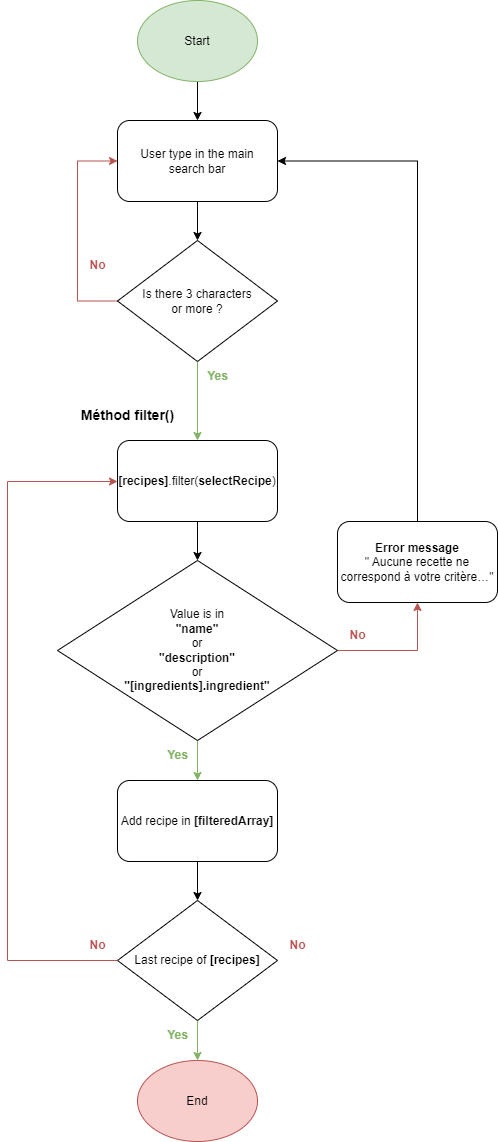
Above: Algorigramme filter method.png in LoicFmi/LoicFayemi_7_28102022 (draw.io), before the change. Source tidied: cells renumbered, new cells last; positions are measured from the earlier drawing's top-left corner, leaving out a move shared by most shapes. Source of this version:
```xml
<mxGraphModel background="#FFFFFF">
  <root>
    <mxCell id="0" />
    <mxCell id="1" parent="0" />
    <mxCell id="2" style="edgeStyle=orthogonalEdgeStyle;rounded=0;jettySize=auto;html=1;entryX=0;entryY=0.5;entryDx=0;entryDy=0;fillColor=#f8cecc;strokeColor=#b85450;" parent="1" edge="1" source="4" target="6">
      <mxGeometry relative="1" as="geometry">
        <Array as="points">
          <mxPoint x="70" y="300" />
          <mxPoint x="70" y="160" />
        </Array>
      </mxGeometry>
    </mxCell>
    <mxCell id="3" style="edgeStyle=orthogonalEdgeStyle;rounded=0;jettySize=auto;html=1;exitX=0.5;exitY=1;exitDx=0;exitDy=0;fillColor=#d5e8d4;strokeColor=#82b366;entryX=0.5;entryY=0;entryDx=0;entryDy=0;" parent="1" edge="1" source="4" target="23">
      <mxGeometry relative="1" as="geometry" />
    </mxCell>
    <mxCell id="4" value="Is there 3 characters&lt;br&gt;or more ?" style="rhombus;whiteSpace=wrap;html=1;" parent="1" vertex="1">
      <mxGeometry x="110" y="240" width="160" height="121" as="geometry" />
    </mxCell>
    <mxCell id="5" style="edgeStyle=orthogonalEdgeStyle;rounded=0;jettySize=auto;html=1;fontSize=12;" parent="1" edge="1" source="6" target="4">
      <mxGeometry relative="1" as="geometry" />
    </mxCell>
    <mxCell id="6" value="User type&amp;nbsp;in the main &lt;br&gt;search bar" style="rounded=1;whiteSpace=wrap;html=1;fontSize=12;" parent="1" vertex="1">
      <mxGeometry x="110" y="120" width="160" height="81" as="geometry" />
    </mxCell>
    <mxCell id="7" value="&lt;b&gt;Yes&lt;/b&gt;" style="text;html=1;align=center;verticalAlign=middle;strokeColor=none;fillColor=none;fontSize=12;fontColor=#82B366;" parent="1" vertex="1">
      <mxGeometry x="190" y="361" width="40" height="30" as="geometry" />
    </mxCell>
    <mxCell id="8" value="&lt;b&gt;No&lt;/b&gt;" style="text;html=1;align=center;verticalAlign=middle;strokeColor=none;fillColor=none;fontSize=12;fontColor=#B85450;" parent="1" vertex="1">
      <mxGeometry x="70" y="250" width="40" height="30" as="geometry" />
    </mxCell>
    <mxCell id="9" style="edgeStyle=orthogonalEdgeStyle;rounded=0;jettySize=auto;html=1;entryX=0.5;entryY=0;entryDx=0;entryDy=0;" parent="1" edge="1" source="10" target="6">
      <mxGeometry relative="1" as="geometry" />
    </mxCell>
    <mxCell id="10" value="&lt;font style=&quot;font-size: 12px;&quot;&gt;Start&lt;/font&gt;" style="ellipse;whiteSpace=wrap;html=1;rounded=0;fillColor=#d5e8d4;strokeColor=#82b366;" parent="1" vertex="1">
      <mxGeometry x="130" width="120" height="81" as="geometry" />
    </mxCell>
    <mxCell id="11" value="&lt;b&gt;&lt;font style=&quot;font-size: 14px;&quot;&gt;Méthod filter()&lt;/font&gt;&lt;/b&gt;" style="text;html=1;align=center;verticalAlign=middle;strokeColor=none;fillColor=none;" parent="1" vertex="1">
      <mxGeometry x="60" y="400" width="120" height="30" as="geometry" />
    </mxCell>
    <mxCell id="12" style="edgeStyle=orthogonalEdgeStyle;rounded=0;jettySize=auto;html=1;entryX=0.5;entryY=0;entryDx=0;entryDy=0;fillColor=#d5e8d4;strokeColor=#82b366;" parent="1" edge="1" source="14" target="16">
      <mxGeometry relative="1" as="geometry" />
    </mxCell>
    <mxCell id="13" style="edgeStyle=orthogonalEdgeStyle;rounded=0;jettySize=auto;html=1;exitX=1;exitY=0.5;exitDx=0;exitDy=0;strokeColor=#B85450;entryX=0.5;entryY=1;entryDx=0;entryDy=0;" parent="1" edge="1" source="14" target="28">
      <mxGeometry relative="1" as="geometry" />
    </mxCell>
    <mxCell id="14" value="Value is in &lt;br&gt;&lt;b&gt;&quot;name&quot;&lt;br&gt;&lt;/b&gt;or&lt;br&gt;&lt;b&gt;&quot;description&quot;&lt;/b&gt;&lt;br&gt;or&lt;br&gt;&lt;b&gt;&quot;[ingredients].ingredient&quot;&lt;/b&gt;" style="rhombus;whiteSpace=wrap;html=1;" parent="1" vertex="1">
      <mxGeometry x="50" y="560" width="280" height="180" as="geometry" />
    </mxCell>
    <mxCell id="15" style="edgeStyle=orthogonalEdgeStyle;rounded=0;jettySize=auto;html=1;entryX=0.5;entryY=0;entryDx=0;entryDy=0;strokeColor=#000000;fontSize=14;fontColor=#82B366;" parent="1" edge="1" source="16" target="18">
      <mxGeometry relative="1" as="geometry" />
    </mxCell>
    <mxCell id="16" value="Add recipe in &lt;b&gt;[filteredArray]&lt;/b&gt;" style="rounded=1;whiteSpace=wrap;html=1;fontSize=12;" parent="1" vertex="1">
      <mxGeometry x="110" y="780" width="160" height="81" as="geometry" />
    </mxCell>
    <mxCell id="17" style="edgeStyle=orthogonalEdgeStyle;rounded=0;jettySize=auto;html=1;exitX=0.5;exitY=1;exitDx=0;exitDy=0;entryX=0.5;entryY=0;entryDx=0;entryDy=0;fillColor=#d5e8d4;strokeColor=#82b366;" parent="1" edge="1" source="18" target="19">
      <mxGeometry relative="1" as="geometry" />
    </mxCell>
    <mxCell id="18" value="Last recipe of &lt;b&gt;[recipes]&lt;/b&gt;" style="rhombus;whiteSpace=wrap;html=1;" parent="1" vertex="1">
      <mxGeometry x="110" y="900" width="160" height="120" as="geometry" />
    </mxCell>
    <mxCell id="19" value="&lt;font style=&quot;font-size: 12px;&quot;&gt;End&lt;/font&gt;" style="ellipse;whiteSpace=wrap;html=1;rounded=0;fillColor=#f8cecc;strokeColor=#b85450;" parent="1" vertex="1">
      <mxGeometry x="130" y="1060" width="120" height="81" as="geometry" />
    </mxCell>
    <mxCell id="20" value="&lt;b&gt;No&lt;/b&gt;" style="text;html=1;align=center;verticalAlign=middle;strokeColor=none;fillColor=none;fontSize=12;fontColor=#B85450;" parent="1" vertex="1">
      <mxGeometry x="70" y="930" width="40" height="30" as="geometry" />
    </mxCell>
    <mxCell id="21" value="&lt;b&gt;&lt;font color=&quot;#82b366&quot;&gt;Yes&lt;/font&gt;&lt;/b&gt;" style="text;html=1;align=center;verticalAlign=middle;strokeColor=none;fillColor=none;fontSize=12;" parent="1" vertex="1">
      <mxGeometry x="150" y="740" width="40" height="30" as="geometry" />
    </mxCell>
    <mxCell id="22" style="edgeStyle=orthogonalEdgeStyle;rounded=0;jettySize=auto;html=1;exitX=0.5;exitY=1;exitDx=0;exitDy=0;entryX=0.5;entryY=0;entryDx=0;entryDy=0;" parent="1" edge="1" source="23" target="14">
      <mxGeometry relative="1" as="geometry" />
    </mxCell>
    <mxCell id="23" value="&lt;b&gt;[recipes]&lt;/b&gt;.filter(&lt;b&gt;selectRecipe&lt;/b&gt;)" style="rounded=1;whiteSpace=wrap;html=1;fontSize=12;" parent="1" vertex="1">
      <mxGeometry x="110" y="440" width="160" height="81" as="geometry" />
    </mxCell>
    <mxCell id="24" style="edgeStyle=orthogonalEdgeStyle;rounded=0;orthogonalLoop=1;jettySize=auto;html=1;fillColor=#f8cecc;strokeColor=#b85450;" parent="1" edge="1">
      <mxGeometry relative="1" as="geometry">
        <mxPoint x="110" y="960" as="sourcePoint" />
        <mxPoint x="110" y="481" as="targetPoint" />
        <Array as="points">
          <mxPoint y="960" />
          <mxPoint y="481" />
        </Array>
      </mxGeometry>
    </mxCell>
    <mxCell id="25" value="&lt;b&gt;No&lt;/b&gt;" style="text;html=1;align=center;verticalAlign=middle;strokeColor=none;fillColor=none;fontSize=12;fontColor=#B85450;" parent="1" vertex="1">
      <mxGeometry x="270" y="930" width="40" height="30" as="geometry" />
    </mxCell>
    <mxCell id="26" value="&lt;b&gt;&lt;font color=&quot;#82b366&quot;&gt;Yes&lt;/font&gt;&lt;/b&gt;" style="text;html=1;align=center;verticalAlign=middle;strokeColor=none;fillColor=none;fontSize=12;" parent="1" vertex="1">
      <mxGeometry x="150" y="1020" width="40" height="30" as="geometry" />
    </mxCell>
    <mxCell id="27" style="edgeStyle=orthogonalEdgeStyle;rounded=0;jettySize=auto;html=1;entryX=1;entryY=0.5;entryDx=0;entryDy=0;strokeColor=#000000;exitX=0.5;exitY=0;exitDx=0;exitDy=0;" parent="1" edge="1" source="28" target="6">
      <mxGeometry relative="1" as="geometry" />
    </mxCell>
    <mxCell id="28" value="&lt;b&gt;Error message&lt;/b&gt;&lt;br&gt;&quot; Aucune recette ne correspond à votre critère…&quot;&lt;b&gt;&lt;br&gt;&lt;/b&gt;" style="rounded=1;whiteSpace=wrap;html=1;fontSize=12;" parent="1" vertex="1">
      <mxGeometry x="330" y="521" width="160" height="81" as="geometry" />
    </mxCell>
    <mxCell id="29" value="&lt;b&gt;No&lt;/b&gt;" style="text;html=1;align=center;verticalAlign=middle;strokeColor=none;fillColor=none;fontSize=12;fontColor=#B85450;" parent="1" vertex="1">
      <mxGeometry x="330" y="620" width="40" height="30" as="geometry" />
    </mxCell>
  </root>
</mxGraphModel>
```
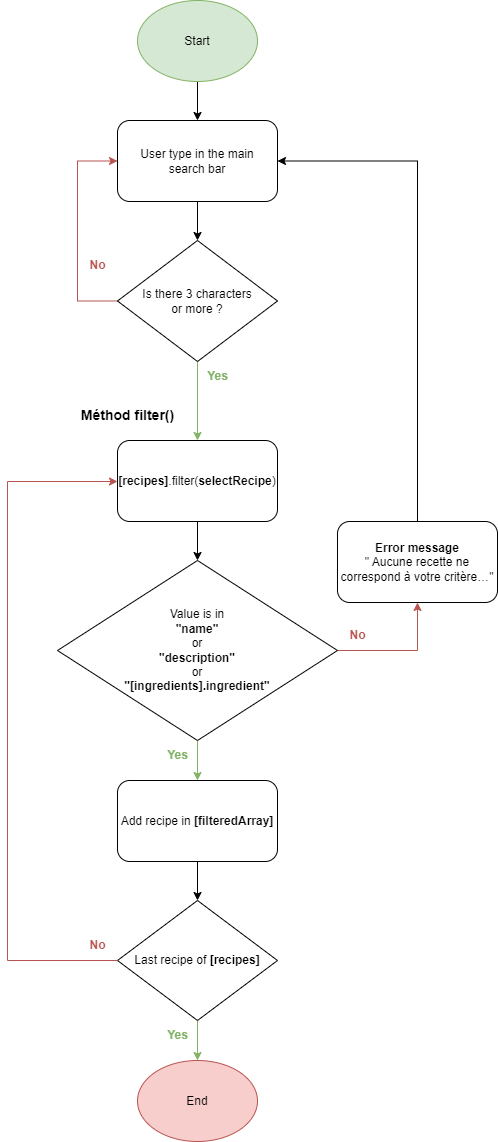
The same diagram one commit later.

What changed in the source:
```diff
@@ -83,9 +83,6 @@
         </Array>
       </mxGeometry>
     </mxCell>
-    <mxCell id="25" value="&lt;b&gt;No&lt;/b&gt;" style="text;html=1;align=center;verticalAlign=middle;strokeColor=none;fillColor=none;fontSize=12;fontColor=#B85450;" parent="1" vertex="1">
-      <mxGeometry x="270" y="930" width="40" height="30" as="geometry" />
-    </mxCell>
     <mxCell id="26" value="&lt;b&gt;&lt;font color=&quot;#82b366&quot;&gt;Yes&lt;/font&gt;&lt;/b&gt;" style="text;html=1;align=center;verticalAlign=middle;strokeColor=none;fillColor=none;fontSize=12;" parent="1" vertex="1">
       <mxGeometry x="150" y="1020" width="40" height="30" as="geometry" />
     </mxCell>
```
